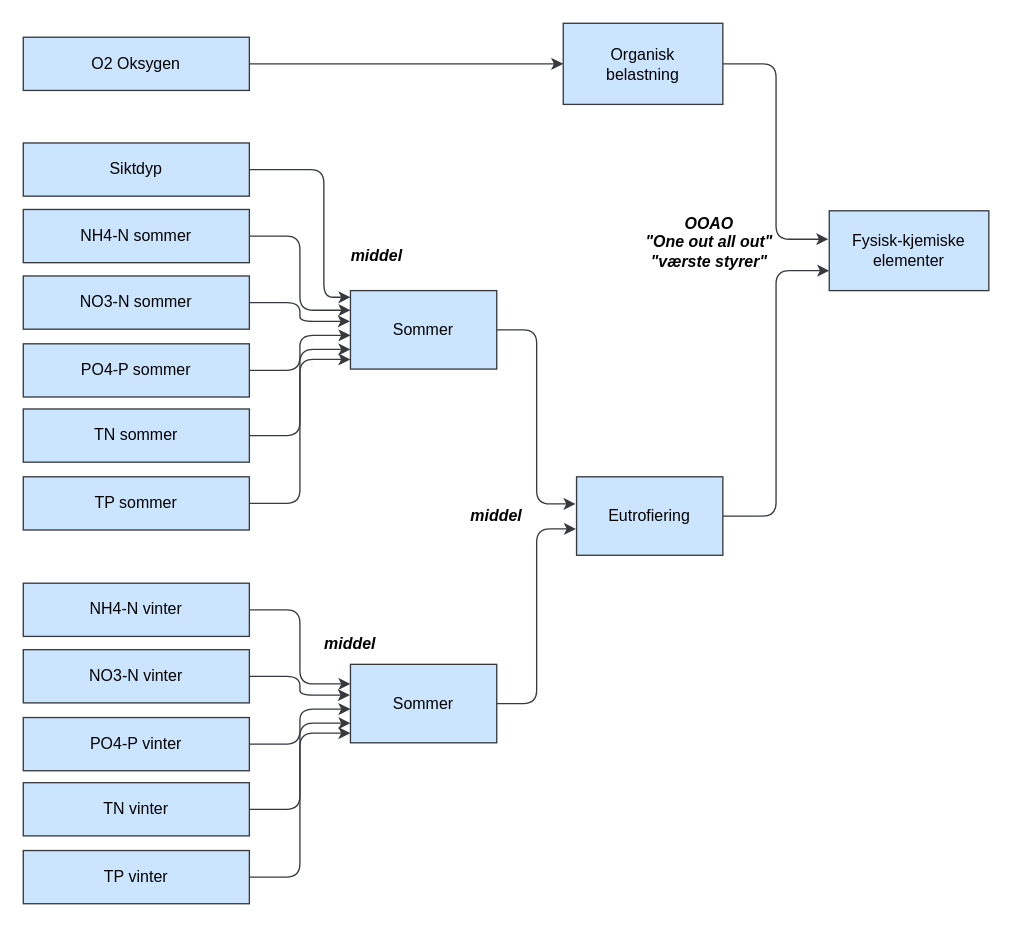
Above: martini.drawio in ciaran-dk/flowchart (draw.io), before the change. Source tidied: cells renumbered, new cells numbered last; positions are measured from the earlier drawing's top-left corner, leaving out a move shared by most shapes. Both pictures are drawn from the tidied source at 133%, with x=0, y=0 at pixel (23, 23).
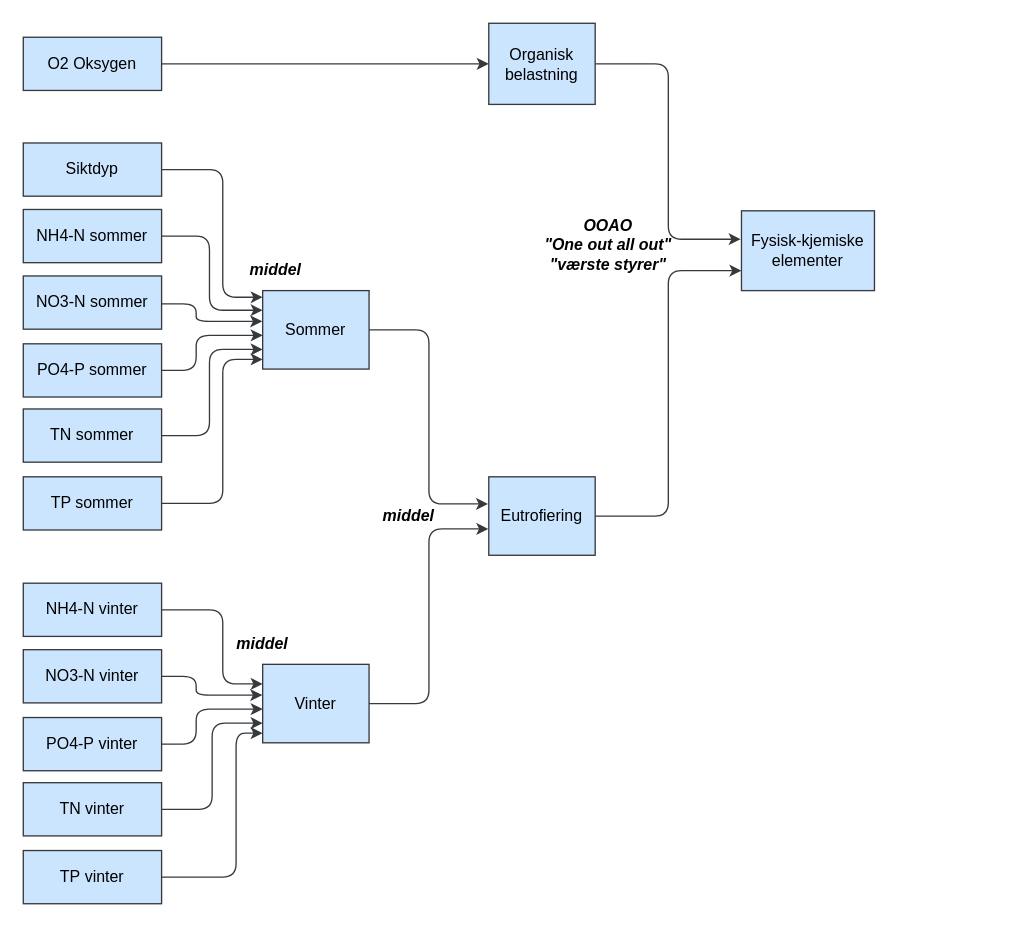
After the change.

What changed in the source:
```diff
@@
     <mxCell id="2" value="Fysisk-kjemiske elementer" style="whiteSpace=wrap;html=1;labelBackgroundColor=none;fillColor=#cce5ff;strokeColor=#36393d;fontColor=#000000;" parent="1" vertex="1">
-      <mxGeometry x="606" y="141" width="120" height="60" as="geometry" />
+      <mxGeometry x="540" y="141" width="100" height="60" as="geometry" />
     </mxCell>
@@
     <mxCell id="4" value="Sommer" style="whiteSpace=wrap;html=1;labelBackgroundColor=none;fillColor=#cce5ff;strokeColor=#36393d;fontColor=#000000;" parent="1" vertex="1">
-      <mxGeometry x="246" y="201" width="110" height="59" as="geometry" />
+      <mxGeometry x="180" y="201" width="80" height="59" as="geometry" />
     </mxCell>
@@
     <mxCell id="6" value="NH4-N sommer" style="whiteSpace=wrap;html=1;labelBackgroundColor=none;fillColor=#cce5ff;strokeColor=#36393d;fontColor=#000000;" parent="1" vertex="1">
-      <mxGeometry y="140" width="170" height="40" as="geometry" />
+      <mxGeometry y="140" width="104" height="40" as="geometry" />
     </mxCell>
     <mxCell id="7" style="edgeStyle=elbowEdgeStyle;elbow=horizontal;html=1;rounded=1;curved=0;sourcePerimeterSpacing=0;targetPerimeterSpacing=0;startSize=6;endSize=6;labelBackgroundColor=none;fontColor=#000000;fillColor=#cce5ff;strokeColor=#36393d;entryX=0;entryY=0.25;entryDx=0;entryDy=0;" parent="1" edge="1" source="6" target="4">
-      <mxGeometry relative="1" as="geometry" />
+      <mxGeometry relative="1" as="geometry">
+        <Array as="points">
+          <mxPoint x="140" y="181" />
+        </Array>
+      </mxGeometry>
     </mxCell>
     <mxCell id="8" value="Siktdyp" style="whiteSpace=wrap;html=1;labelBackgroundColor=none;fillColor=#cce5ff;strokeColor=#36393d;fontColor=#000000;" parent="1" vertex="1">
-      <mxGeometry y="90" width="170" height="40" as="geometry" />
+      <mxGeometry y="90" width="104" height="40" as="geometry" />
     </mxCell>
     <mxCell id="9" style="edgeStyle=elbowEdgeStyle;elbow=horizontal;html=1;rounded=1;curved=0;sourcePerimeterSpacing=0;targetPerimeterSpacing=0;startSize=6;endSize=6;entryX=0;entryY=0.085;entryDx=0;entryDy=0;labelBackgroundColor=none;fontColor=#000000;fillColor=#cce5ff;strokeColor=#36393d;entryPerimeter=0;" parent="1" edge="1" source="8" target="4">
       <mxGeometry relative="1" as="geometry">
         <Array as="points">
-          <mxPoint x="226" y="151" />
+          <mxPoint x="150" y="161" />
         </Array>
       </mxGeometry>
     </mxCell>
     <mxCell id="10" value="&lt;div&gt;Organisk&lt;/div&gt;&lt;div&gt;belastning&lt;/div&gt;" style="whiteSpace=wrap;html=1;labelBackgroundColor=none;fillColor=#cce5ff;strokeColor=#36393d;fontColor=#000000;" parent="1" vertex="1">
-      <mxGeometry x="406" width="120" height="61" as="geometry" />
+      <mxGeometry x="350" width="80" height="61" as="geometry" />
     </mxCell>
@@
     <mxCell id="12" value="O2 Oksygen" style="whiteSpace=wrap;html=1;labelBackgroundColor=none;fillColor=#cce5ff;strokeColor=#36393d;fontColor=#000000;" parent="1" vertex="1">
-      <mxGeometry y="10.5" width="170" height="40" as="geometry" />
+      <mxGeometry y="10.5" width="104" height="40" as="geometry" />
     </mxCell>
@@
     <mxCell id="14" value="NO3-N sommer" style="whiteSpace=wrap;html=1;labelBackgroundColor=none;fillColor=#cce5ff;strokeColor=#36393d;fontColor=#000000;" parent="1" vertex="1">
-      <mxGeometry y="190" width="170" height="40" as="geometry" />
+      <mxGeometry y="190" width="104" height="40" as="geometry" />
     </mxCell>
     <mxCell id="15" style="edgeStyle=elbowEdgeStyle;elbow=horizontal;html=1;rounded=1;curved=0;sourcePerimeterSpacing=0;targetPerimeterSpacing=0;startSize=6;endSize=6;entryX=-0.004;entryY=0.392;entryDx=0;entryDy=0;labelBackgroundColor=none;fontColor=#000000;fillColor=#cce5ff;strokeColor=#36393d;entryPerimeter=0;" parent="1" edge="1" source="14" target="4">
-      <mxGeometry relative="1" as="geometry" />
+      <mxGeometry relative="1" as="geometry">
+        <Array as="points">
+          <mxPoint x="130" y="211" />
+        </Array>
+      </mxGeometry>
     </mxCell>
     <mxCell id="16" value="&lt;div&gt;OOAO&lt;/div&gt;&lt;div&gt;&quot;One out all out&quot;&lt;/div&gt;&lt;div&gt;&quot;værste styrer&quot;&lt;/div&gt;" style="text;html=1;align=center;verticalAlign=middle;whiteSpace=wrap;rounded=0;fontColor=#000000;fontStyle=3;" parent="1" vertex="1">
-      <mxGeometry x="446" y="150" width="140" height="30" as="geometry" />
+      <mxGeometry x="370" y="152" width="140" height="30" as="geometry" />
     </mxCell>
     <mxCell id="17" style="edgeStyle=elbowEdgeStyle;elbow=horizontal;html=1;rounded=1;curved=0;sourcePerimeterSpacing=0;targetPerimeterSpacing=0;startSize=6;endSize=6;entryX=0;entryY=0.57;entryDx=0;entryDy=0;labelBackgroundColor=none;fontColor=#000000;fillColor=#cce5ff;strokeColor=#36393d;entryPerimeter=0;" parent="1" edge="1" target="4">
       <mxGeometry relative="1" as="geometry">
-        <mxPoint x="170" y="261" as="sourcePoint" />
+        <mxPoint x="104" y="261" as="sourcePoint" />
+        <Array as="points">
+          <mxPoint x="130" y="251" />
+        </Array>
       </mxGeometry>
     </mxCell>
     <mxCell id="18" value="PO4-P sommer" style="whiteSpace=wrap;html=1;labelBackgroundColor=none;fillColor=#cce5ff;strokeColor=#36393d;fontColor=#000000;" parent="1" vertex="1">
-      <mxGeometry y="241" width="170" height="40" as="geometry" />
+      <mxGeometry y="241" width="104" height="40" as="geometry" />
     </mxCell>
     <mxCell id="19" value="TN sommer" style="whiteSpace=wrap;html=1;labelBackgroundColor=none;fillColor=#cce5ff;strokeColor=#36393d;fontColor=#000000;" parent="1" vertex="1">
-      <mxGeometry y="290" width="170" height="40" as="geometry" />
+      <mxGeometry y="290" width="104" height="40" as="geometry" />
     </mxCell>
     <mxCell id="20" style="edgeStyle=elbowEdgeStyle;elbow=horizontal;html=1;rounded=1;curved=0;sourcePerimeterSpacing=0;targetPerimeterSpacing=0;startSize=6;endSize=6;entryX=0;entryY=0.75;entryDx=0;entryDy=0;labelBackgroundColor=none;fontColor=#000000;fillColor=#cce5ff;strokeColor=#36393d;" parent="1" edge="1" target="4">
       <mxGeometry relative="1" as="geometry">
-        <mxPoint x="170" y="310" as="sourcePoint" />
+        <mxPoint x="104" y="310" as="sourcePoint" />
+        <Array as="points">
+          <mxPoint x="140" y="281" />
+        </Array>
       </mxGeometry>
     </mxCell>
     <mxCell id="21" value="TP sommer" style="whiteSpace=wrap;html=1;labelBackgroundColor=none;fillColor=#cce5ff;strokeColor=#36393d;fontColor=#000000;" parent="1" vertex="1">
-      <mxGeometry y="341" width="170" height="40" as="geometry" />
+      <mxGeometry y="341" width="104" height="40" as="geometry" />
     </mxCell>
     <mxCell id="22" style="edgeStyle=elbowEdgeStyle;elbow=horizontal;html=1;rounded=1;curved=0;sourcePerimeterSpacing=0;targetPerimeterSpacing=0;startSize=6;endSize=6;entryX=0;entryY=0.877;entryDx=0;entryDy=0;labelBackgroundColor=none;fontColor=#000000;fillColor=#cce5ff;strokeColor=#36393d;entryPerimeter=0;" parent="1" edge="1" source="21" target="4">
-      <mxGeometry relative="1" as="geometry" />
+      <mxGeometry relative="1" as="geometry">
+        <Array as="points">
+          <mxPoint x="150" y="311" />
+        </Array>
+      </mxGeometry>
     </mxCell>
-    <mxCell id="23" value="Sommer" style="whiteSpace=wrap;html=1;labelBackgroundColor=none;fillColor=#cce5ff;strokeColor=#36393d;fontColor=#000000;" parent="1" vertex="1">
-      <mxGeometry x="246" y="482" width="110" height="59" as="geometry" />
+    <mxCell id="23" value="&lt;div&gt;Vinter&lt;/div&gt;" style="whiteSpace=wrap;html=1;labelBackgroundColor=none;fillColor=#cce5ff;strokeColor=#36393d;fontColor=#000000;" parent="1" vertex="1">
+      <mxGeometry x="180" y="482" width="80" height="59" as="geometry" />
     </mxCell>
@@
     <mxCell id="25" value="NH4-N vinter" style="whiteSpace=wrap;html=1;labelBackgroundColor=none;fillColor=#cce5ff;strokeColor=#36393d;fontColor=#000000;" parent="1" vertex="1">
-      <mxGeometry y="421" width="170" height="40" as="geometry" />
+      <mxGeometry y="421" width="104" height="40" as="geometry" />
     </mxCell>
     <mxCell id="26" style="edgeStyle=elbowEdgeStyle;elbow=horizontal;html=1;rounded=1;curved=0;sourcePerimeterSpacing=0;targetPerimeterSpacing=0;startSize=6;endSize=6;labelBackgroundColor=none;fontColor=#000000;fillColor=#cce5ff;strokeColor=#36393d;entryX=0;entryY=0.25;entryDx=0;entryDy=0;" parent="1" edge="1" source="25" target="23">
-      <mxGeometry relative="1" as="geometry" />
+      <mxGeometry relative="1" as="geometry">
+        <Array as="points">
+          <mxPoint x="150" y="471" />
+        </Array>
+      </mxGeometry>
     </mxCell>
     <mxCell id="27" value="NO3-N&amp;nbsp;vinter" style="whiteSpace=wrap;html=1;labelBackgroundColor=none;fillColor=#cce5ff;strokeColor=#36393d;fontColor=#000000;" parent="1" vertex="1">
-      <mxGeometry y="471" width="170" height="40" as="geometry" />
+      <mxGeometry y="471" width="104" height="40" as="geometry" />
     </mxCell>
     <mxCell id="28" style="edgeStyle=elbowEdgeStyle;elbow=horizontal;html=1;rounded=1;curved=0;sourcePerimeterSpacing=0;targetPerimeterSpacing=0;startSize=6;endSize=6;entryX=-0.004;entryY=0.392;entryDx=0;entryDy=0;labelBackgroundColor=none;fontColor=#000000;fillColor=#cce5ff;strokeColor=#36393d;entryPerimeter=0;" parent="1" edge="1" source="27" target="23">
-      <mxGeometry relative="1" as="geometry" />
+      <mxGeometry relative="1" as="geometry">
+        <Array as="points">
+          <mxPoint x="130" y="491" />
+        </Array>
+      </mxGeometry>
     </mxCell>
     <mxCell id="29" style="edgeStyle=elbowEdgeStyle;elbow=horizontal;html=1;rounded=1;curved=0;sourcePerimeterSpacing=0;targetPerimeterSpacing=0;startSize=6;endSize=6;entryX=0;entryY=0.57;entryDx=0;entryDy=0;labelBackgroundColor=none;fontColor=#000000;fillColor=#cce5ff;strokeColor=#36393d;entryPerimeter=0;" parent="1" edge="1" target="23">
       <mxGeometry relative="1" as="geometry">
-        <mxPoint x="170" y="542" as="sourcePoint" />
+        <mxPoint x="104" y="542" as="sourcePoint" />
+        <Array as="points">
+          <mxPoint x="130" y="531" />
+        </Array>
       </mxGeometry>
     </mxCell>
     <mxCell id="30" value="PO4-P&amp;nbsp;vinter" style="whiteSpace=wrap;html=1;labelBackgroundColor=none;fillColor=#cce5ff;strokeColor=#36393d;fontColor=#000000;" parent="1" vertex="1">
-      <mxGeometry y="522" width="170" height="40" as="geometry" />
+      <mxGeometry y="522" width="104" height="40" as="geometry" />
     </mxCell>
     <mxCell id="31" value="TN&amp;nbsp;vinter" style="whiteSpace=wrap;html=1;labelBackgroundColor=none;fillColor=#cce5ff;strokeColor=#36393d;fontColor=#000000;" parent="1" vertex="1">
-      <mxGeometry y="571" width="170" height="40" as="geometry" />
+      <mxGeometry y="571" width="104" height="40" as="geometry" />
     </mxCell>
     <mxCell id="32" style="edgeStyle=elbowEdgeStyle;elbow=horizontal;html=1;rounded=1;curved=0;sourcePerimeterSpacing=0;targetPerimeterSpacing=0;startSize=6;endSize=6;entryX=0;entryY=0.75;entryDx=0;entryDy=0;labelBackgroundColor=none;fontColor=#000000;fillColor=#cce5ff;strokeColor=#36393d;" parent="1" edge="1" target="23">
       <mxGeometry relative="1" as="geometry">
-        <mxPoint x="170" y="591" as="sourcePoint" />
+        <mxPoint x="104" y="591" as="sourcePoint" />
       </mxGeometry>
     </mxCell>
     <mxCell id="33" value="TP&amp;nbsp;vinter" style="whiteSpace=wrap;html=1;labelBackgroundColor=none;fillColor=#cce5ff;strokeColor=#36393d;fontColor=#000000;" parent="1" vertex="1">
-      <mxGeometry y="622" width="170" height="40" as="geometry" />
+      <mxGeometry y="622" width="104" height="40" as="geometry" />
     </mxCell>
     <mxCell id="34" style="edgeStyle=elbowEdgeStyle;elbow=horizontal;html=1;rounded=1;curved=0;sourcePerimeterSpacing=0;targetPerimeterSpacing=0;startSize=6;endSize=6;entryX=0;entryY=0.877;entryDx=0;entryDy=0;labelBackgroundColor=none;fontColor=#000000;fillColor=#cce5ff;strokeColor=#36393d;entryPerimeter=0;" parent="1" edge="1" source="33" target="23">
-      <mxGeometry relative="1" as="geometry" />
+      <mxGeometry relative="1" as="geometry">
+        <Array as="points">
+          <mxPoint x="160" y="591" />
+        </Array>
+      </mxGeometry>
     </mxCell>
     <mxCell id="35" value="Eutrofiering" style="whiteSpace=wrap;html=1;labelBackgroundColor=none;fillColor=#cce5ff;strokeColor=#36393d;fontColor=#000000;" parent="1" vertex="1">
-      <mxGeometry x="416" y="341" width="110" height="59" as="geometry" />
+      <mxGeometry x="350" y="341" width="80" height="59" as="geometry" />
     </mxCell>
     <mxCell id="36" value="middel" style="text;html=1;align=center;verticalAlign=middle;whiteSpace=wrap;rounded=0;fontColor=#000000;fontStyle=3;" parent="1" vertex="1">
-      <mxGeometry x="326" y="355.5" width="60" height="30" as="geometry" />
+      <mxGeometry x="260" y="355.5" width="60" height="30" as="geometry" />
     </mxCell>
     <mxCell id="37" value="middel" style="text;html=1;align=center;verticalAlign=middle;whiteSpace=wrap;rounded=0;fontColor=#000000;fontStyle=3;" parent="1" vertex="1">
-      <mxGeometry x="216" y="452" width="60" height="30" as="geometry" />
+      <mxGeometry x="150" y="452" width="60" height="30" as="geometry" />
     </mxCell>
     <mxCell id="38" value="middel" style="text;html=1;align=center;verticalAlign=middle;whiteSpace=wrap;rounded=0;fontColor=#000000;fontStyle=3;" parent="1" vertex="1">
-      <mxGeometry x="236" y="160" width="60" height="30" as="geometry" />
+      <mxGeometry x="160" y="171" width="60" height="30" as="geometry" />
     </mxCell>
```
